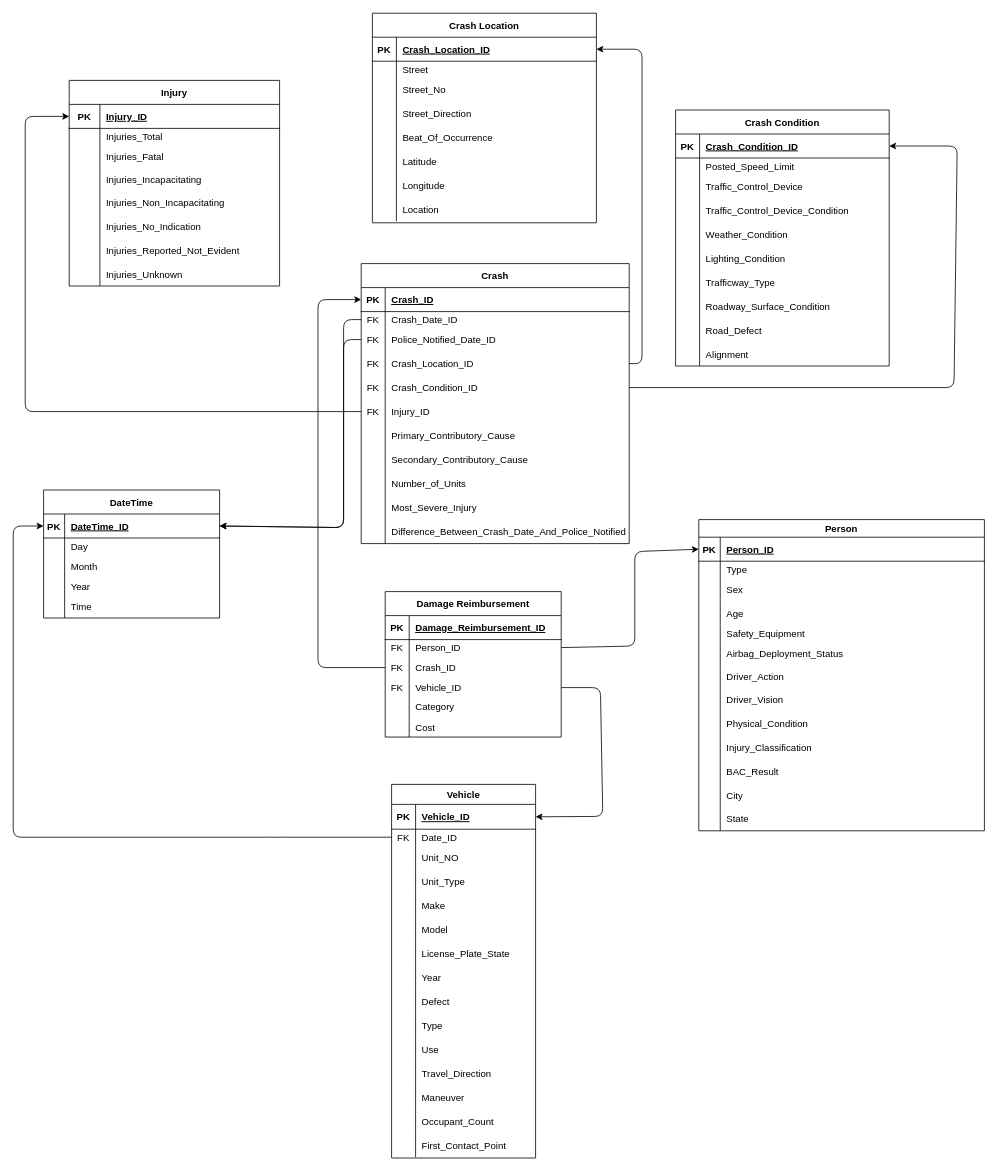
This is Data Warehouse Schema/DW Schema.drawio from SaraHoxha/lds-dw-modelling, a draw.io file, before an edit. Source tidied: cells renumbered, new cells numbered last; positions are measured from the earlier drawing's top-left corner, leaving out a move shared by most shapes. Both pictures are drawn from the tidied source at 80%, with x=0, y=0 at pixel (13, 13).
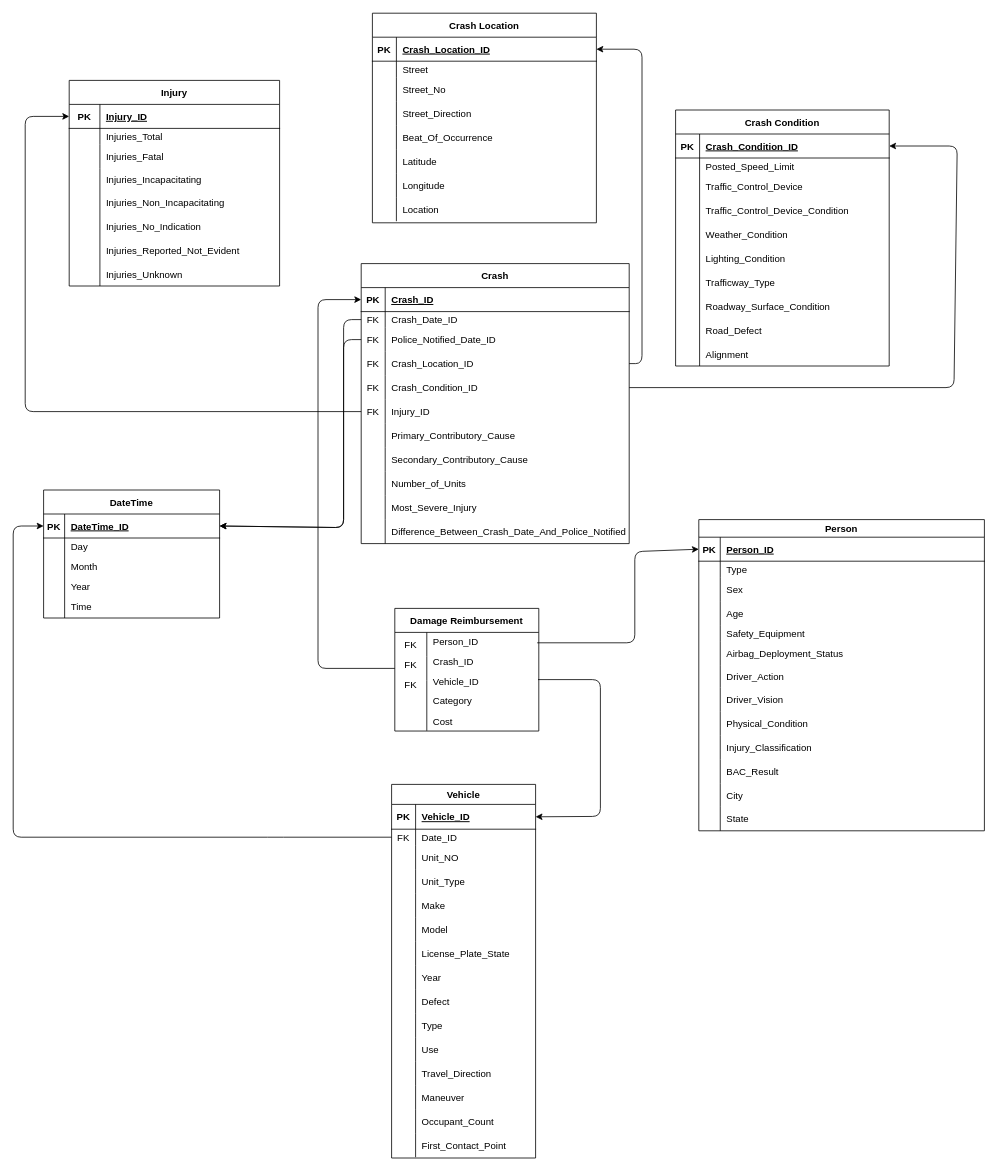
The same diagram, later.

The change refers to these unchanged cells:
```xml
<mxCell id="3" style="shape=tableRow;horizontal=0;startSize=0;swimlaneHead=0;swimlaneBody=0;fillColor=none;points=[[0,0.5],[1,0.5]];portConstraint=eastwest;top=0;left=0;right=0;bottom=1;" parent="2" vertex="1">
  <mxGeometry y="22" width="357" height="30" as="geometry" />
</mxCell>
<mxCell id="93" style="shape=tableRow;horizontal=0;startSize=0;swimlaneHead=0;swimlaneBody=0;fillColor=none;points=[[0,0.5],[1,0.5]];portConstraint=eastwest;top=0;left=0;right=0;bottom=1;" parent="92" vertex="1">
  <mxGeometry y="25" width="180" height="31" as="geometry" />
</mxCell>
<mxCell id="139" style="shape=tableRow;horizontal=0;startSize=0;swimlaneHead=0;swimlaneBody=0;fillColor=none;points=[[0,0.5],[1,0.5]];portConstraint=eastwest;top=0;left=0;right=0;bottom=1;" parent="138" vertex="1">
  <mxGeometry y="30" width="335" height="30" as="geometry" />
</mxCell>
```

Change to the diagram source:
```diff
@@
-    <mxCell id="73" value="Damage Reimbursement" style="shape=table;startSize=30;childLayout=tableLayout;rowLines=0;fontStyle=1;align=center;" parent="1" vertex="1">
-      <mxGeometry x="465" y="723" width="220" height="181.8" as="geometry" />
-    </mxCell>
-    <mxCell id="74" style="shape=tableRow;horizontal=0;startSize=0;swimlaneHead=0;swimlaneBody=0;fillColor=none;top=0;left=0;right=0;bottom=1;" parent="73" vertex="1">
-      <mxGeometry y="30" width="220" height="30" as="geometry" />
-    </mxCell>
-    <mxCell id="75" value="PK" style="shape=partialRectangle;fillColor=none;top=0;left=0;bottom=0;right=0;fontStyle=1;overflow=hidden;" parent="74" vertex="1">
-      <mxGeometry width="30" height="30" as="geometry" />
-    </mxCell>
-    <mxCell id="76" value="Damage_Reimbursement_ID" style="shape=partialRectangle;fillColor=none;top=0;left=0;bottom=0;right=0;align=left;spacingLeft=6;fontStyle=5;overflow=hidden;" parent="74" vertex="1">
-      <mxGeometry x="30" width="190" height="30" as="geometry" />
-    </mxCell>
-    <mxCell id="77" style="shape=tableRow;horizontal=0;startSize=0;swimlaneHead=0;swimlaneBody=0;fillColor=none;points=[[0,0.5],[1,0.5]];portConstraint=eastwest;top=0;left=0;right=0;bottom=0;" parent="73" vertex="1">
-      <mxGeometry y="60" width="220" height="20" as="geometry" />
-    </mxCell>
-    <mxCell id="78" value="FK" style="shape=partialRectangle;fillColor=none;top=0;left=0;bottom=0;right=0;overflow=hidden;" parent="77" vertex="1">
-      <mxGeometry width="30" height="20" as="geometry" />
-    </mxCell>
-    <mxCell id="79" value="Person_ID" style="shape=partialRectangle;fillColor=none;top=0;left=0;bottom=0;right=0;align=left;spacingLeft=6;overflow=hidden;" parent="77" vertex="1">
-      <mxGeometry x="30" width="190" height="20" as="geometry" />
-    </mxCell>
-    <mxCell id="80" style="shape=tableRow;horizontal=0;startSize=0;swimlaneHead=0;swimlaneBody=0;fillColor=none;points=[[0,0.5],[1,0.5]];portConstraint=eastwest;top=0;left=0;right=0;bottom=0;" parent="73" vertex="1">
-      <mxGeometry y="80" width="220" height="30" as="geometry" />
-    </mxCell>
-    <mxCell id="81" value="FK" style="shape=partialRectangle;fillColor=none;top=0;left=0;bottom=0;right=0;overflow=hidden;" parent="80" vertex="1">
-      <mxGeometry width="30" height="30" as="geometry" />
-    </mxCell>
-    <mxCell id="82" value="Crash_ID" style="shape=partialRectangle;fillColor=none;top=0;left=0;bottom=0;right=0;align=left;spacingLeft=6;overflow=hidden;" parent="80" vertex="1">
-      <mxGeometry x="30" width="190" height="30" as="geometry" />
-    </mxCell>
-    <mxCell id="83" style="shape=tableRow;horizontal=0;startSize=0;swimlaneHead=0;swimlaneBody=0;fillColor=none;points=[[0,0.5],[1,0.5]];portConstraint=eastwest;top=0;left=0;right=0;bottom=0;" parent="73" vertex="1">
-      <mxGeometry y="110" width="220" height="20" as="geometry" />
-    </mxCell>
-    <mxCell id="84" value="FK" style="shape=partialRectangle;fillColor=none;top=0;left=0;bottom=0;right=0;overflow=hidden;" parent="83" vertex="1">
-      <mxGeometry width="30" height="20" as="geometry" />
-    </mxCell>
-    <mxCell id="85" value="Vehicle_ID" style="shape=partialRectangle;fillColor=none;top=0;left=0;bottom=0;right=0;align=left;spacingLeft=6;overflow=hidden;" parent="83" vertex="1">
-      <mxGeometry x="30" width="190" height="20" as="geometry" />
-    </mxCell>
-    <mxCell id="86" style="shape=tableRow;horizontal=0;startSize=0;swimlaneHead=0;swimlaneBody=0;fillColor=none;top=0;left=0;right=0;bottom=0;" parent="73" vertex="1">
-      <mxGeometry y="130" width="220" height="27" as="geometry" />
-    </mxCell>
-    <mxCell id="87" style="shape=partialRectangle;fillColor=none;top=0;left=0;bottom=0;right=0;overflow=hidden;" parent="86" vertex="1">
-      <mxGeometry width="30" height="27" as="geometry" />
-    </mxCell>
-    <mxCell id="88" value="Category" style="shape=partialRectangle;fillColor=none;top=0;left=0;bottom=0;right=0;align=left;spacingLeft=6;overflow=hidden;" parent="86" vertex="1">
-      <mxGeometry x="30" width="190" height="27" as="geometry" />
-    </mxCell>
-    <mxCell id="89" style="shape=tableRow;horizontal=0;startSize=0;swimlaneHead=0;swimlaneBody=0;fillColor=none;top=0;left=0;right=0;bottom=0;" parent="73" vertex="1">
-      <mxGeometry y="157" width="220" height="25" as="geometry" />
-    </mxCell>
-    <mxCell id="90" style="shape=partialRectangle;fillColor=none;top=0;left=0;bottom=0;right=0;overflow=hidden;" parent="89" vertex="1">
-      <mxGeometry width="30" height="25" as="geometry" />
-    </mxCell>
-    <mxCell id="91" value="Cost" style="shape=partialRectangle;fillColor=none;top=0;left=0;bottom=0;right=0;align=left;spacingLeft=6;overflow=hidden;" parent="89" vertex="1">
-      <mxGeometry x="30" width="190" height="25" as="geometry" />
-    </mxCell>
@@
-    <mxCell id="238" style="edgeStyle=none;html=1;exitX=1;exitY=0.5;exitDx=0;exitDy=0;entryX=0;entryY=0.5;entryDx=0;entryDy=0;" parent="1" edge="1" source="77" target="3">
+    <mxCell id="238" style="edgeStyle=none;html=1;entryX=0;entryY=0.5;entryDx=0;entryDy=0;" parent="1" edge="1" target="3">
       <mxGeometry relative="1" as="geometry">
+        <mxPoint x="655" y="787" as="sourcePoint" />
         <Array as="points">
-          <mxPoint x="777" y="791" />
+          <mxPoint x="777" y="787" />
           <mxPoint x="777" y="673" />
         </Array>
       </mxGeometry>
     </mxCell>
-    <mxCell id="239" style="edgeStyle=none;html=1;exitX=1;exitY=0.5;exitDx=0;exitDy=0;entryX=1;entryY=0.5;entryDx=0;entryDy=0;" parent="1" edge="1" source="83" target="93">
+    <mxCell id="239" style="edgeStyle=none;html=1;entryX=1;entryY=0.5;entryDx=0;entryDy=0;" parent="1" edge="1" target="93">
       <mxGeometry relative="1" as="geometry">
+        <mxPoint x="656" y="833" as="sourcePoint" />
         <Array as="points">
-          <mxPoint x="734" y="843" />
-          <mxPoint x="737" y="1004" />
+          <mxPoint x="734" y="833" />
+          <mxPoint x="734" y="1004" />
         </Array>
       </mxGeometry>
     </mxCell>
-    <mxCell id="240" style="edgeStyle=none;html=1;exitX=0;exitY=0.5;exitDx=0;exitDy=0;entryX=0;entryY=0.5;entryDx=0;entryDy=0;" parent="1" edge="1" source="80" target="139">
+    <mxCell id="240" style="edgeStyle=none;html=1;exitX=0;exitY=0.5;exitDx=0;exitDy=0;entryX=0;entryY=0.5;entryDx=0;entryDy=0;" parent="1" edge="1" source="250" target="139">
       <mxGeometry relative="1" as="geometry">
         <Array as="points">
-          <mxPoint x="381" y="818" />
+          <mxPoint x="381" y="819" />
           <mxPoint x="381" y="358" />
         </Array>
       </mxGeometry>
     </mxCell>
@@
+    <mxCell id="73" value="Damage Reimbursement" style="shape=table;startSize=30;childLayout=tableLayout;rowLines=0;fontStyle=1;" parent="1" vertex="1">
+      <mxGeometry x="477" y="744" width="180" height="153.3" as="geometry" />
+    </mxCell>
+    <mxCell id="247" style="shape=tableRow;horizontal=0;startSize=0;swimlaneHead=0;swimlaneBody=0;top=0;left=0;bottom=0;right=0;fillColor=none;" parent="73" vertex="1">
+      <mxGeometry y="30" width="180" height="30" as="geometry" />
+    </mxCell>
+    <mxCell id="248" style="shape=partialRectangle;html=1;whiteSpace=wrap;fillColor=none;top=0;left=0;bottom=0;right=0;overflow=hidden;" parent="247" vertex="1">
+      <mxGeometry width="40" height="30" as="geometry" />
+    </mxCell>
+    <mxCell id="249" style="shape=partialRectangle;html=1;whiteSpace=wrap;fillColor=none;top=0;left=0;bottom=0;right=0;align=left;spacingLeft=6;overflow=hidden;" parent="247" vertex="1">
+      <mxGeometry x="40" width="140" height="30" as="geometry" />
+    </mxCell>
+    <mxCell id="250" style="shape=tableRow;horizontal=0;startSize=0;swimlaneHead=0;swimlaneBody=0;top=0;left=0;bottom=0;right=0;fillColor=none;points=[[0,0.5],[1,0.5]];portConstraint=eastwest;" parent="73" vertex="1">
+      <mxGeometry y="60" width="180" height="30" as="geometry" />
+    </mxCell>
+    <mxCell id="251" style="shape=partialRectangle;html=1;whiteSpace=wrap;fillColor=none;top=0;left=0;bottom=0;right=0;overflow=hidden;" parent="250" vertex="1">
+      <mxGeometry width="40" height="30" as="geometry" />
+    </mxCell>
+    <mxCell id="252" style="shape=partialRectangle;html=1;whiteSpace=wrap;fillColor=none;top=0;left=0;bottom=0;right=0;align=left;spacingLeft=6;overflow=hidden;" parent="250" vertex="1">
+      <mxGeometry x="40" width="140" height="30" as="geometry" />
+    </mxCell>
+    <mxCell id="253" style="shape=tableRow;horizontal=0;startSize=0;swimlaneHead=0;swimlaneBody=0;top=0;left=0;bottom=0;right=0;fillColor=none;" parent="73" vertex="1">
+      <mxGeometry y="90" width="180" height="63" as="geometry" />
+    </mxCell>
+    <mxCell id="254" style="shape=partialRectangle;html=1;whiteSpace=wrap;fillColor=none;top=0;left=0;bottom=0;right=0;overflow=hidden;" parent="253" vertex="1">
+      <mxGeometry width="40" height="63" as="geometry" />
+    </mxCell>
+    <mxCell id="255" style="shape=partialRectangle;html=1;whiteSpace=wrap;fillColor=none;top=0;left=0;bottom=0;right=0;align=left;spacingLeft=6;overflow=hidden;" parent="253" vertex="1">
+      <mxGeometry x="40" width="140" height="63" as="geometry" />
+    </mxCell>
+    <mxCell id="256" value="FK" style="shape=partialRectangle;fillColor=none;top=0;left=0;bottom=0;right=0;overflow=hidden;" parent="1" vertex="1">
+      <mxGeometry x="482" y="779" width="30" height="20" as="geometry" />
+    </mxCell>
+    <mxCell id="257" value="FK" style="shape=partialRectangle;fillColor=none;top=0;left=0;bottom=0;right=0;overflow=hidden;" parent="1" vertex="1">
+      <mxGeometry x="482" y="799" width="30" height="30" as="geometry" />
+    </mxCell>
+    <mxCell id="258" value="FK" style="shape=partialRectangle;fillColor=none;top=0;left=0;bottom=0;right=0;overflow=hidden;" parent="1" vertex="1">
+      <mxGeometry x="482" y="829" width="30" height="20" as="geometry" />
+    </mxCell>
+    <mxCell id="79" value="Person_ID" style="shape=partialRectangle;fillColor=none;top=0;left=0;bottom=0;right=0;align=left;spacingLeft=6;overflow=hidden;" parent="1" vertex="1">
+      <mxGeometry x="517" y="775.3" width="190" height="20" as="geometry" />
+    </mxCell>
+    <mxCell id="82" value="Crash_ID" style="shape=partialRectangle;fillColor=none;top=0;left=0;bottom=0;right=0;align=left;spacingLeft=6;overflow=hidden;" parent="1" vertex="1">
+      <mxGeometry x="517" y="795.3" width="190" height="30" as="geometry" />
+    </mxCell>
+    <mxCell id="85" value="Vehicle_ID" style="shape=partialRectangle;fillColor=none;top=0;left=0;bottom=0;right=0;align=left;spacingLeft=6;overflow=hidden;" parent="1" vertex="1">
+      <mxGeometry x="517" y="825.3" width="190" height="20" as="geometry" />
+    </mxCell>
+    <mxCell id="88" value="Category" style="shape=partialRectangle;fillColor=none;top=0;left=0;bottom=0;right=0;align=left;spacingLeft=6;overflow=hidden;" parent="1" vertex="1">
+      <mxGeometry x="517" y="845.3" width="190" height="27" as="geometry" />
+    </mxCell>
+    <mxCell id="91" value="Cost" style="shape=partialRectangle;fillColor=none;top=0;left=0;bottom=0;right=0;align=left;spacingLeft=6;overflow=hidden;" parent="1" vertex="1">
+      <mxGeometry x="517" y="872.3" width="190" height="25" as="geometry" />
+    </mxCell>
```
